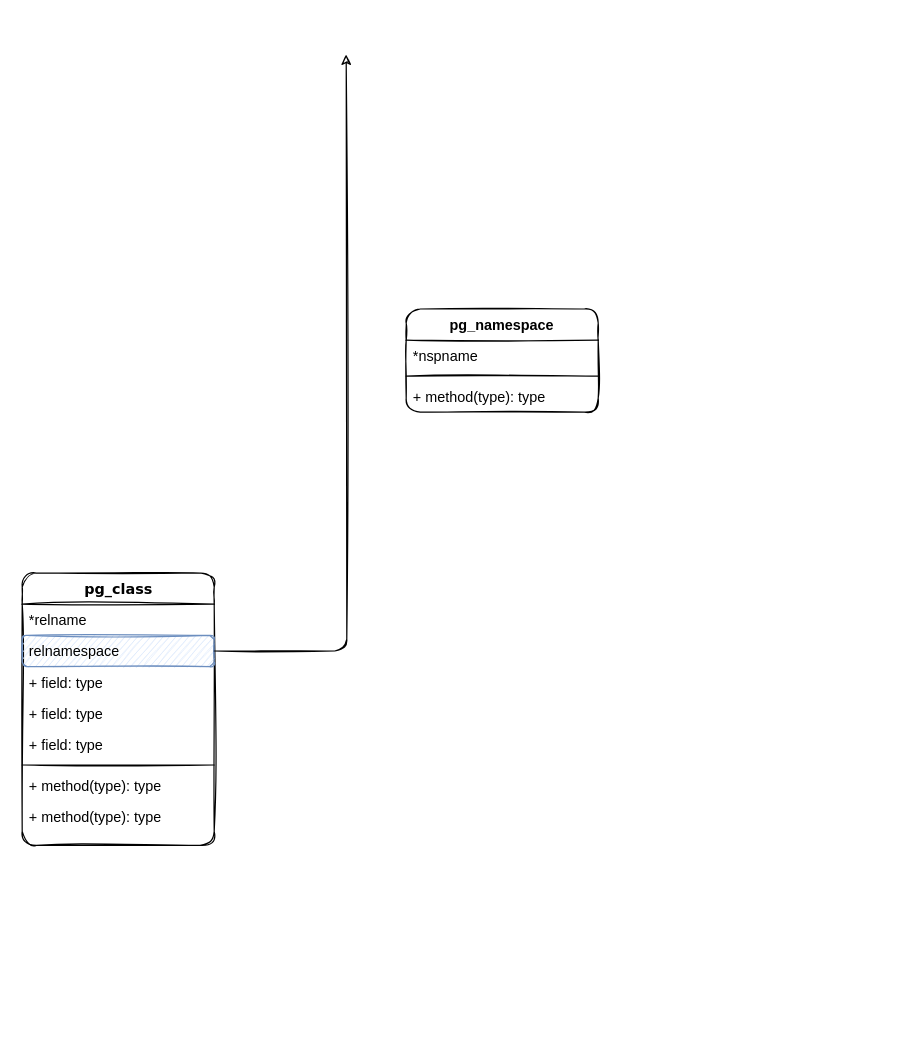
nullemp/algorithm-visualizer keeps this draw.io diagram as Untitled Diagram.drawio. Above is the earlier version. Source tidied: cells renumbered, new cells numbered last; positions are measured from the earlier drawing's top-left corner, leaving out a move shared by most shapes. Both pictures are drawn from the tidied source at 120%, with x=0, y=0 at pixel (22, 54).
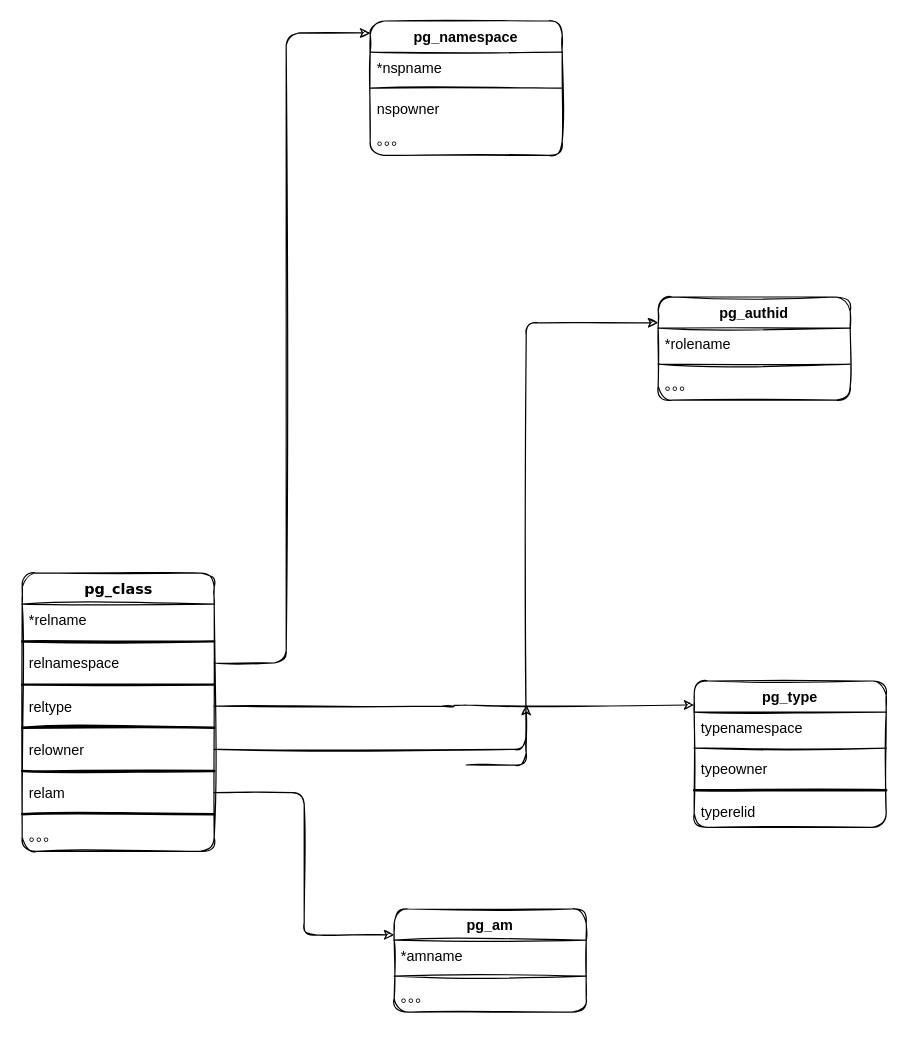
Above is the later version.

What changed in the source:
```diff
@@
     <mxCell id="2" value="pg_class&lt;br&gt;" style="swimlane;html=1;fontStyle=1;align=center;verticalAlign=top;horizontal=1;startSize=26;swimlaneFillColor=#ffffff;shadow=0;comic=0;labelBackgroundColor=none;strokeWidth=1;fillColor=none;fontFamily=Verdana;fontSize=12;sketch=1;rounded=1;" parent="1" vertex="1">
-      <mxGeometry y="432" width="160" height="227" as="geometry" />
+      <mxGeometry y="432" width="160" height="232" as="geometry" />
     </mxCell>
@@
+    <mxCell id="16" style="line;strokeWidth=2;html=1;rounded=1;sketch=1;" parent="2" vertex="1">
+      <mxGeometry y="52" width="160" height="10" as="geometry" />
+    </mxCell>
-    <mxCell id="4" value="relnamespace" style="text;html=1;align=left;verticalAlign=top;spacingLeft=4;spacingRight=4;whiteSpace=wrap;overflow=hidden;points=[[0,0.5],[1,0.5]];portConstraint=eastwest;fillColor=#dae8fc;strokeColor=#6c8ebf;sketch=1;rounded=1;" parent="2" vertex="1">
-      <mxGeometry y="52" width="160" height="26" as="geometry" />
+    <mxCell id="4" value="relnamespace" style="text;html=1;align=left;verticalAlign=top;spacingLeft=4;spacingRight=4;whiteSpace=wrap;overflow=hidden;points=[[0,0.5],[1,0.5]];portConstraint=eastwest;sketch=1;rounded=1;" parent="2" vertex="1">
+      <mxGeometry y="62" width="160" height="26" as="geometry" />
     </mxCell>
+    <mxCell id="17" style="line;strokeWidth=2;html=1;rounded=1;sketch=1;" parent="2" vertex="1">
+      <mxGeometry y="88" width="160" height="10" as="geometry" />
+    </mxCell>
-    <mxCell id="5" value="+ field: type" style="text;html=1;strokeColor=none;fillColor=none;align=left;verticalAlign=top;spacingLeft=4;spacingRight=4;whiteSpace=wrap;overflow=hidden;points=[[0,0.5],[1,0.5]];portConstraint=eastwest;sketch=1;rounded=1;" parent="2" vertex="1">
-      <mxGeometry y="78" width="160" height="26" as="geometry" />
+    <mxCell id="5" value="reltype" style="text;html=1;strokeColor=none;fillColor=none;align=left;verticalAlign=top;spacingLeft=4;spacingRight=4;whiteSpace=wrap;overflow=hidden;points=[[0,0.5],[1,0.5]];portConstraint=eastwest;sketch=1;rounded=1;" parent="2" vertex="1">
+      <mxGeometry y="98" width="160" height="26" as="geometry" />
     </mxCell>
+    <mxCell id="18" style="line;strokeWidth=2;html=1;rounded=1;sketch=1;" parent="2" vertex="1">
+      <mxGeometry y="124" width="160" height="10" as="geometry" />
+    </mxCell>
-    <mxCell id="6" value="+ field: type" style="text;html=1;strokeColor=none;fillColor=none;align=left;verticalAlign=top;spacingLeft=4;spacingRight=4;whiteSpace=wrap;overflow=hidden;points=[[0,0.5],[1,0.5]];portConstraint=eastwest;sketch=1;rounded=1;" parent="2" vertex="1">
-      <mxGeometry y="104" width="160" height="26" as="geometry" />
+    <mxCell id="6" value="relowner" style="text;html=1;strokeColor=none;fillColor=none;align=left;verticalAlign=top;spacingLeft=4;spacingRight=4;whiteSpace=wrap;overflow=hidden;points=[[0,0.5],[1,0.5]];portConstraint=eastwest;sketch=1;rounded=1;" parent="2" vertex="1">
+      <mxGeometry y="134" width="160" height="26" as="geometry" />
     </mxCell>
+    <mxCell id="19" style="line;strokeWidth=2;html=1;rounded=1;sketch=1;" parent="2" vertex="1">
+      <mxGeometry y="160" width="160" height="10" as="geometry" />
+    </mxCell>
-    <mxCell id="7" value="+ field: type" style="text;html=1;strokeColor=none;fillColor=none;align=left;verticalAlign=top;spacingLeft=4;spacingRight=4;whiteSpace=wrap;overflow=hidden;points=[[0,0.5],[1,0.5]];portConstraint=eastwest;sketch=1;rounded=1;" parent="2" vertex="1">
-      <mxGeometry y="130" width="160" height="26" as="geometry" />
+    <mxCell id="7" value="relam" style="text;html=1;strokeColor=none;fillColor=none;align=left;verticalAlign=top;spacingLeft=4;spacingRight=4;whiteSpace=wrap;overflow=hidden;points=[[0,0.5],[1,0.5]];portConstraint=eastwest;sketch=1;rounded=1;" parent="2" vertex="1">
+      <mxGeometry y="170" width="160" height="26" as="geometry" />
     </mxCell>
-    <mxCell id="8" style="line;html=1;strokeWidth=1;fillColor=none;align=left;verticalAlign=middle;spacingTop=-1;spacingLeft=3;spacingRight=3;labelPosition=right;sketch=1;rounded=1;" parent="2" vertex="1">
-      <mxGeometry y="156" width="160" height="8" as="geometry" />
-    </mxCell>
-    <mxCell id="9" value="+ method(type): type" style="text;html=1;strokeColor=none;fillColor=none;align=left;verticalAlign=top;spacingLeft=4;spacingRight=4;whiteSpace=wrap;overflow=hidden;sketch=1;rounded=1;" parent="2" vertex="1">
-      <mxGeometry y="164" width="160" height="26" as="geometry" />
-    </mxCell>
+    <mxCell id="20" style="line;strokeWidth=2;html=1;rounded=1;sketch=1;" parent="2" vertex="1">
+      <mxGeometry y="196" width="160" height="10" as="geometry" />
+    </mxCell>
-    <mxCell id="10" value="+ method(type): type" style="text;html=1;strokeColor=none;fillColor=none;align=left;verticalAlign=top;spacingLeft=4;spacingRight=4;whiteSpace=wrap;overflow=hidden;sketch=1;rounded=1;" parent="2" vertex="1">
-      <mxGeometry y="190" width="160" height="26" as="geometry" />
+    <mxCell id="10" value="。。。" style="text;html=1;strokeColor=none;fillColor=none;align=left;verticalAlign=top;spacingLeft=4;spacingRight=4;whiteSpace=wrap;overflow=hidden;sketch=1;rounded=1;" parent="2" vertex="1">
+      <mxGeometry y="206" width="160" height="26" as="geometry" />
     </mxCell>
-    <mxCell id="11" style="edgeStyle=orthogonalEdgeStyle;rounded=1;sketch=1;jettySize=auto;html=1;exitX=1;exitY=0.5;exitDx=0;exitDy=0;" parent="1" edge="1" source="4">
+    <mxCell id="11" style="edgeStyle=orthogonalEdgeStyle;rounded=1;sketch=1;jettySize=auto;html=1;exitX=1;exitY=0.5;exitDx=0;exitDy=0;entryX=0;entryY=0.089;entryDx=0;entryDy=0;entryPerimeter=0;" parent="1" edge="1" source="4" target="12">
       <mxGeometry relative="1" as="geometry">
-        <mxPoint x="270" as="targetPoint" />
+        <Array as="points">
+          <mxPoint x="220" y="507" />
+          <mxPoint x="220" y="-18" />
+        </Array>
       </mxGeometry>
     </mxCell>
     <mxCell id="12" value="pg_namespace" style="swimlane;fontStyle=1;align=center;verticalAlign=top;horizontal=1;startSize=26;rounded=1;sketch=1;" parent="1" vertex="1">
-      <mxGeometry x="320" y="212" width="160" height="86" as="geometry" />
+      <mxGeometry x="290" y="-28" width="160" height="112" as="geometry" />
     </mxCell>
@@
-    <mxCell id="15" value="+ method(type): type" style="text;strokeColor=none;fillColor=none;align=left;verticalAlign=top;spacingLeft=4;spacingRight=4;overflow=hidden;rounded=1;sketch=1;" parent="12" vertex="1">
+    <mxCell id="15" value="nspowner&#10;" style="text;strokeColor=none;fillColor=none;align=left;verticalAlign=top;spacingLeft=4;spacingRight=4;overflow=hidden;rounded=1;sketch=1;" parent="12" vertex="1">
       <mxGeometry y="60" width="160" height="26" as="geometry" />
     </mxCell>
+    <mxCell id="21" value="。。。" style="text;strokeColor=none;fillColor=none;align=left;verticalAlign=top;spacingLeft=4;spacingRight=4;overflow=hidden;rounded=1;sketch=1;" parent="12" vertex="1">
+      <mxGeometry y="86" width="160" height="26" as="geometry" />
+    </mxCell>
+    <mxCell id="22" value="pg_type" style="swimlane;fontStyle=1;align=center;verticalAlign=top;horizontal=1;startSize=26;rounded=1;sketch=1;" parent="1" vertex="1">
+      <mxGeometry x="560" y="522" width="160" height="122" as="geometry" />
+    </mxCell>
+    <mxCell id="23" value="typenamespace" style="text;strokeColor=none;fillColor=none;align=left;verticalAlign=top;spacingLeft=4;spacingRight=4;overflow=hidden;rounded=1;sketch=1;" parent="22" vertex="1">
+      <mxGeometry y="26" width="160" height="26" as="geometry" />
+    </mxCell>
+    <mxCell id="24" style="line;strokeWidth=1;fillColor=none;align=left;verticalAlign=middle;spacingTop=-1;spacingLeft=3;spacingRight=3;labelPosition=right;rounded=1;sketch=1;" parent="22" vertex="1">
+      <mxGeometry y="52" width="160" height="8" as="geometry" />
+    </mxCell>
+    <mxCell id="25" value="typeowner" style="text;strokeColor=none;fillColor=none;align=left;verticalAlign=top;spacingLeft=4;spacingRight=4;overflow=hidden;rounded=1;sketch=1;" parent="22" vertex="1">
+      <mxGeometry y="60" width="160" height="26" as="geometry" />
+    </mxCell>
+    <mxCell id="26" style="line;strokeWidth=2;html=1;rounded=1;sketch=1;" parent="22" vertex="1">
+      <mxGeometry y="86" width="160" height="10" as="geometry" />
+    </mxCell>
+    <mxCell id="27" value="typerelid" style="text;strokeColor=none;fillColor=none;align=left;verticalAlign=top;spacingLeft=4;spacingRight=4;overflow=hidden;rounded=1;sketch=1;" parent="22" vertex="1">
+      <mxGeometry y="96" width="160" height="26" as="geometry" />
+    </mxCell>
+    <mxCell id="28" style="edgeStyle=orthogonalEdgeStyle;rounded=1;sketch=1;jettySize=auto;html=1;exitX=1;exitY=0.5;exitDx=0;exitDy=0;entryX=0;entryY=0.164;entryDx=0;entryDy=0;entryPerimeter=0;" parent="1" edge="1" source="5" target="22">
+      <mxGeometry relative="1" as="geometry" />
+    </mxCell>
+    <mxCell id="29" value="pg_authid" style="swimlane;fontStyle=1;align=center;verticalAlign=top;horizontal=1;startSize=26;rounded=1;sketch=1;" parent="1" vertex="1">
+      <mxGeometry x="530" y="202" width="160" height="86" as="geometry" />
+    </mxCell>
+    <mxCell id="30" value="*rolename" style="text;strokeColor=none;fillColor=none;align=left;verticalAlign=top;spacingLeft=4;spacingRight=4;overflow=hidden;rounded=1;sketch=1;" parent="29" vertex="1">
+      <mxGeometry y="26" width="160" height="26" as="geometry" />
+    </mxCell>
+    <mxCell id="31" style="line;strokeWidth=1;fillColor=none;align=left;verticalAlign=middle;spacingTop=-1;spacingLeft=3;spacingRight=3;labelPosition=right;rounded=1;sketch=1;" parent="29" vertex="1">
+      <mxGeometry y="52" width="160" height="8" as="geometry" />
+    </mxCell>
+    <mxCell id="32" value="。。。" style="text;strokeColor=none;fillColor=none;align=left;verticalAlign=top;spacingLeft=4;spacingRight=4;overflow=hidden;rounded=1;sketch=1;" parent="29" vertex="1">
+      <mxGeometry y="60" width="160" height="26" as="geometry" />
+    </mxCell>
+    <mxCell id="33" style="edgeStyle=segmentEdgeStyle;endArrow=classic;html=1;rounded=1;sketch=1;exitX=1;exitY=0.5;exitDx=0;exitDy=0;entryX=0;entryY=0.25;entryDx=0;entryDy=0;" parent="1" edge="1" source="6" target="29">
+      <mxGeometry relative="1" as="geometry">
+        <Array as="points">
+          <mxPoint x="420" y="579" />
+          <mxPoint x="420" y="224" />
+        </Array>
+      </mxGeometry>
+    </mxCell>
+    <mxCell id="34" value="pg_am" style="swimlane;fontStyle=1;align=center;verticalAlign=top;horizontal=1;startSize=26;rounded=1;sketch=1;" parent="1" vertex="1">
+      <mxGeometry x="310" y="712" width="160" height="86" as="geometry" />
+    </mxCell>
+    <mxCell id="35" value="*amname" style="text;strokeColor=none;fillColor=none;align=left;verticalAlign=top;spacingLeft=4;spacingRight=4;overflow=hidden;rounded=1;sketch=1;" parent="34" vertex="1">
+      <mxGeometry y="26" width="160" height="26" as="geometry" />
+    </mxCell>
+    <mxCell id="36" style="line;strokeWidth=1;fillColor=none;align=left;verticalAlign=middle;spacingTop=-1;spacingLeft=3;spacingRight=3;labelPosition=right;rounded=1;sketch=1;" parent="34" vertex="1">
+      <mxGeometry y="52" width="160" height="8" as="geometry" />
+    </mxCell>
+    <mxCell id="37" value="。。。" style="text;strokeColor=none;fillColor=none;align=left;verticalAlign=top;spacingLeft=4;spacingRight=4;overflow=hidden;rounded=1;sketch=1;" parent="34" vertex="1">
+      <mxGeometry y="60" width="160" height="26" as="geometry" />
+    </mxCell>
+    <mxCell id="38" style="edgeStyle=segmentEdgeStyle;endArrow=classic;html=1;rounded=1;sketch=1;" parent="1" edge="1">
+      <mxGeometry relative="1" as="geometry">
+        <mxPoint x="370" y="592" as="sourcePoint" />
+        <mxPoint x="420" y="542" as="targetPoint" />
+      </mxGeometry>
+    </mxCell>
+    <mxCell id="39" style="edgeStyle=orthogonalEdgeStyle;rounded=1;sketch=1;jettySize=auto;html=1;exitX=1;exitY=0.5;exitDx=0;exitDy=0;entryX=0;entryY=0.25;entryDx=0;entryDy=0;" parent="1" edge="1" source="7" target="34">
+      <mxGeometry relative="1" as="geometry" />
+    </mxCell>
```
